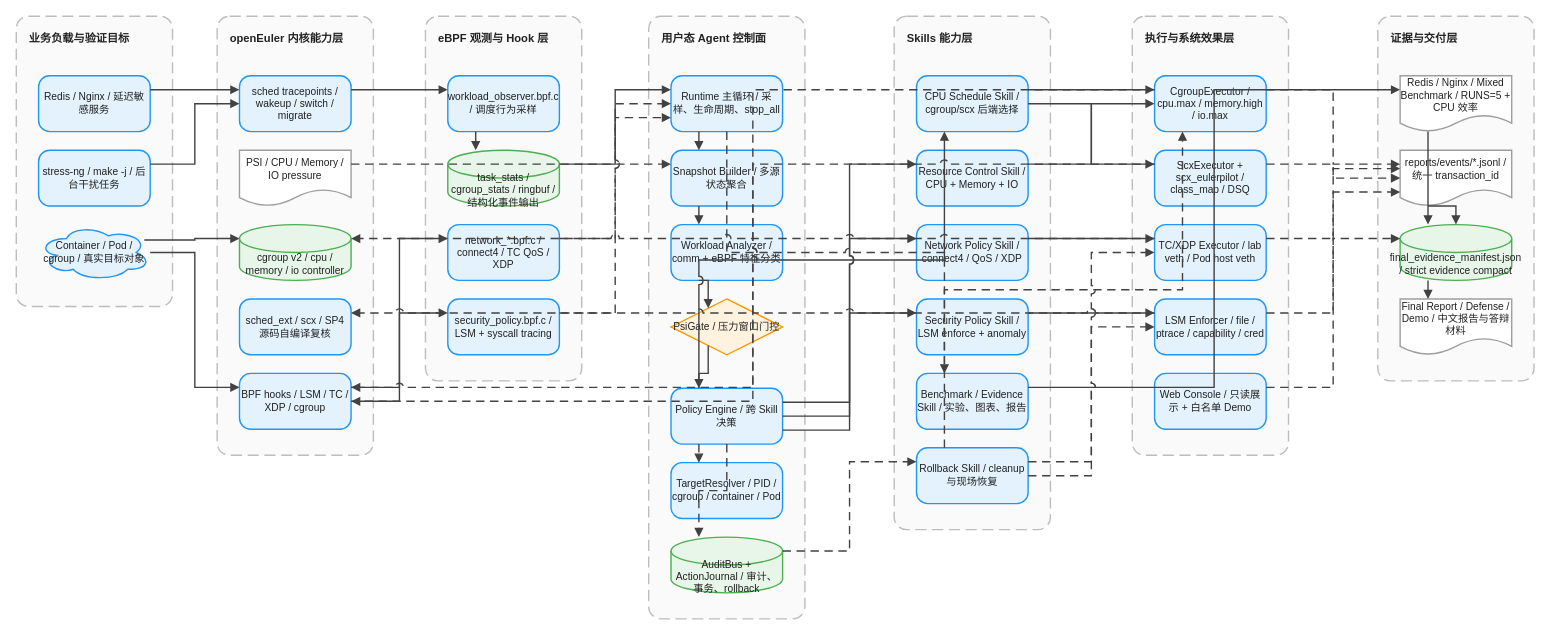
Before: docs/assets/eulerpilot_architecture_detailed.drawio in shibuchou/EulerPilot, a draw.io diagram. Source tidied: cells renumbered, new cells numbered last; positions are measured from the earlier drawing's top-left corner, leaving out a move shared by most shapes. Both pictures are drawn from the tidied source at 93%, with x=0, y=0 at pixel (16, 16).
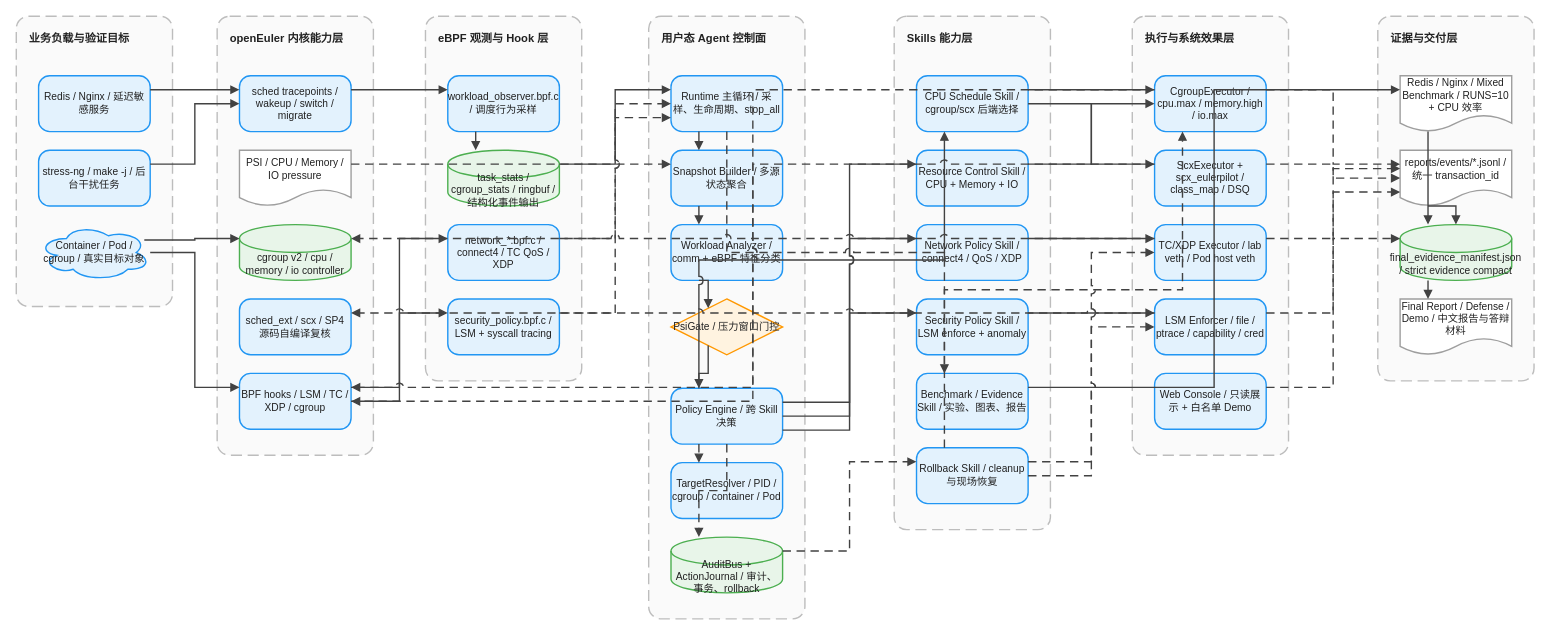
After the change.

Unchanged cells that the change refers to:
```xml
<mxCell id="8" value="证据与交付层" style="rounded=1;arcSize=8;html=1;whiteSpace=wrap;fillColor=#FAFAFA;strokeColor=#BDBDBD;strokeWidth=1.5;fontColor=#212121;fontSize=12;fontStyle=1;verticalAlign=top;align=left;spacingLeft=12;spacingTop=10;dashed=1;dashPattern=8 4;" parent="1" vertex="1">
  <mxGeometry x="1464" width="168" height="392" as="geometry" />
</mxCell>
```

Change to the diagram source:
```diff
@@
-    <mxCell id="39" value="Redis / Nginx / Mixed Benchmark / RUNS=5 + CPU 效率" style="shape=document;boundedLbl=1;html=1;whiteSpace=wrap;fillColor=#FFFFFF;strokeColor=#9E9E9E;strokeWidth=1.5;fontColor=#212121;fontSize=11;fontFamily=Arial, Helvetica, sans-serif;verticalAlign=middle;align=center;" parent="8" vertex="1">
+    <mxCell id="39" value="Redis / Nginx / Mixed Benchmark / RUNS=10 + CPU 效率" style="shape=document;boundedLbl=1;html=1;whiteSpace=wrap;fillColor=#FFFFFF;strokeColor=#9E9E9E;strokeWidth=1.5;fontColor=#212121;fontSize=11;fontFamily=Arial, Helvetica, sans-serif;verticalAlign=middle;align=center;" parent="8" vertex="1">
       <mxGeometry x="24" y="64" width="120" height="60" as="geometry" />
     </mxCell>
```
